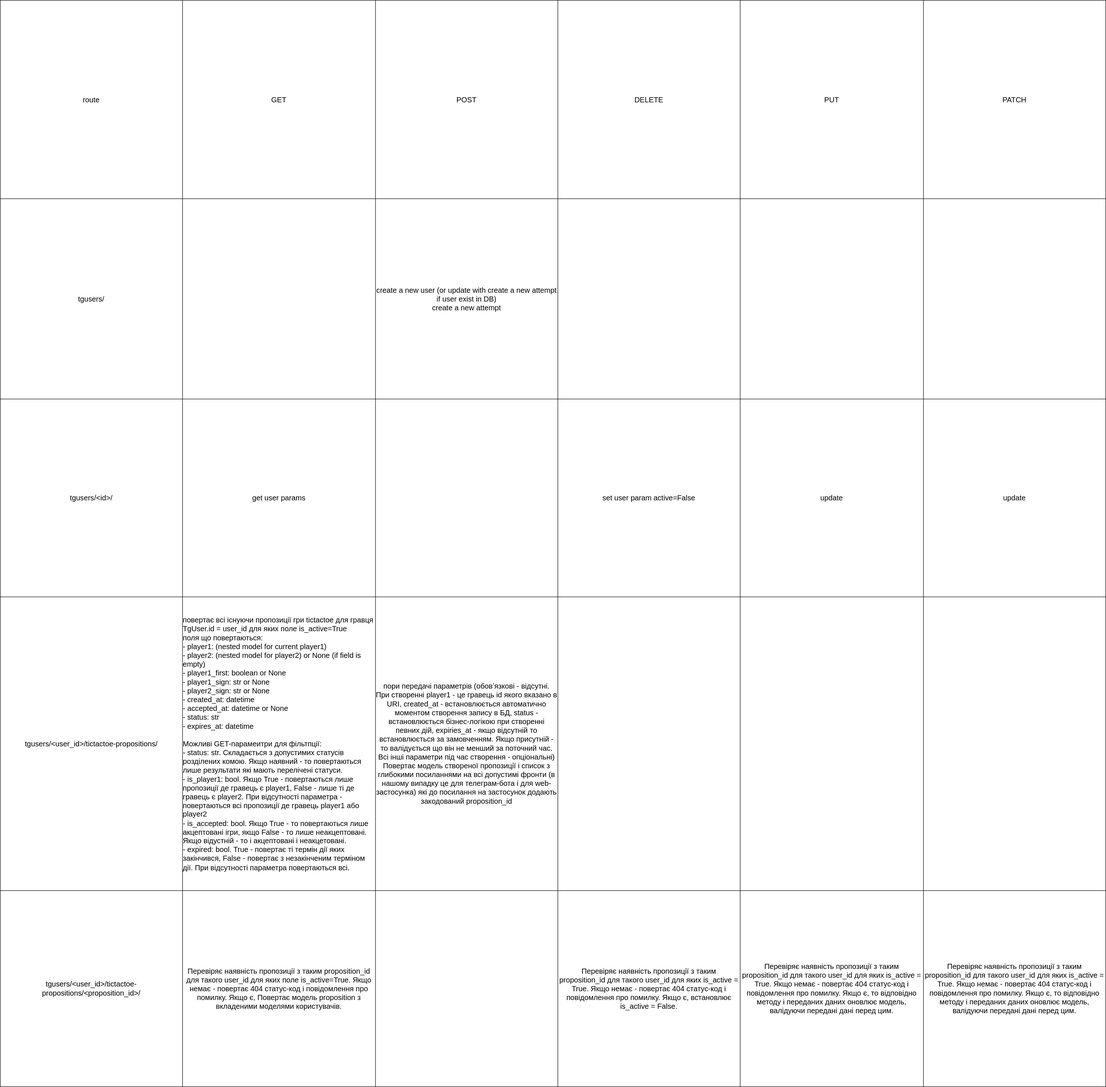
Above: docum/endpoints.svg in KonstZiv/tic_tac_toe_3x3_tlg_bot (draw.io), before the change. Source tidied: cells renumbered, new cells last; positions are measured from the earlier drawing's top-left corner, leaving out a move shared by most shapes.
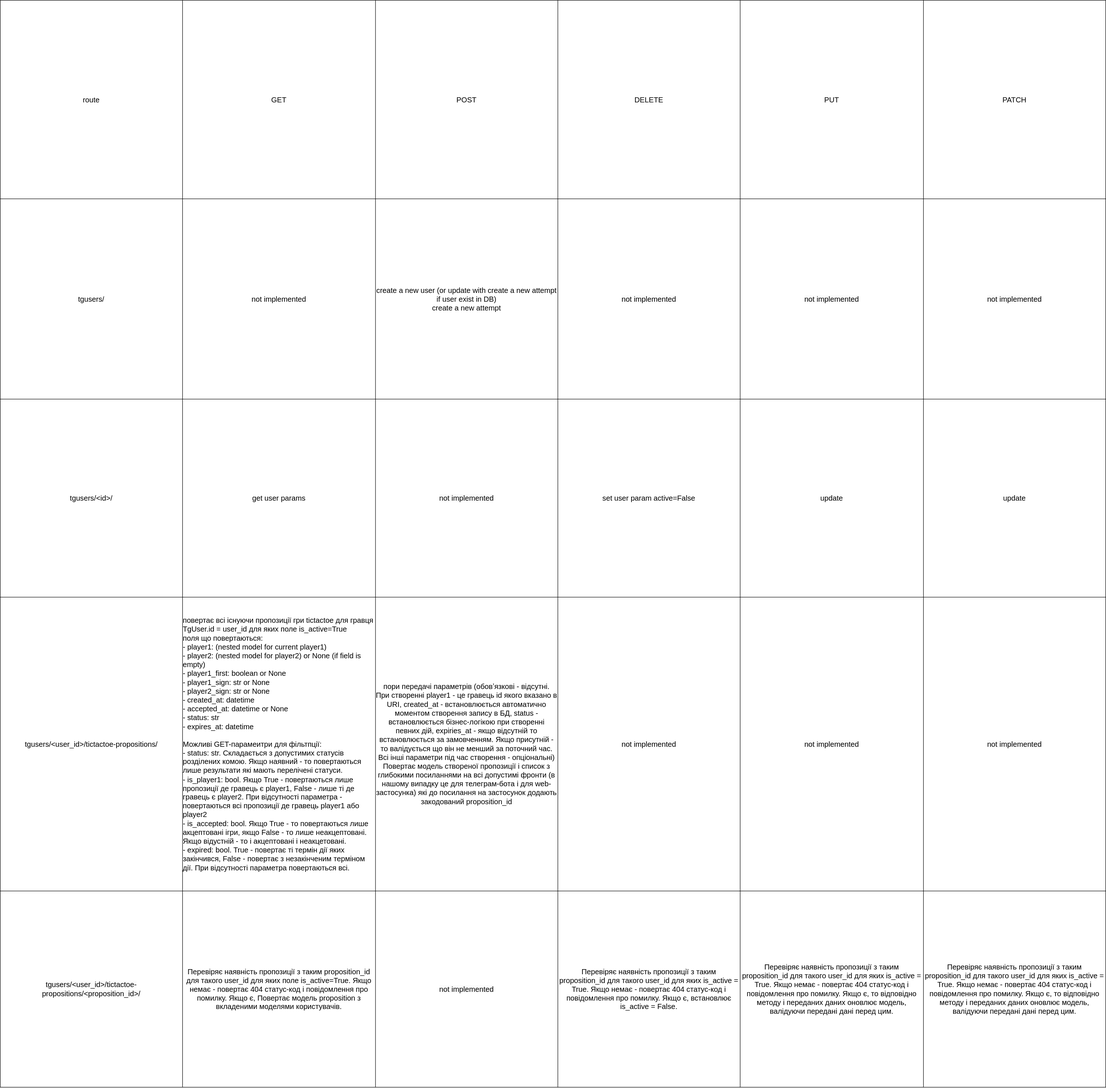
The same diagram one commit later.

Change to the diagram source:
```diff
@@ -32,19 +32,19 @@
     <mxCell id="11" value="tgusers/" style="shape=partialRectangle;html=1;whiteSpace=wrap;strokeColor=inherit;overflow=hidden;fillColor=none;top=0;left=0;bottom=0;right=0;fontSize=16;" parent="10" vertex="1">
       <mxGeometry width="396" height="435" as="geometry" />
     </mxCell>
-    <mxCell id="12" style="shape=partialRectangle;html=1;whiteSpace=wrap;strokeColor=inherit;overflow=hidden;fillColor=none;top=0;left=0;bottom=0;right=0;fontSize=16;" parent="10" vertex="1">
+    <mxCell id="12" value="not implemented" style="shape=partialRectangle;html=1;whiteSpace=wrap;strokeColor=inherit;overflow=hidden;fillColor=none;top=0;left=0;bottom=0;right=0;fontSize=16;" parent="10" vertex="1">
       <mxGeometry x="396" width="419" height="435" as="geometry" />
     </mxCell>
     <mxCell id="13" value="create a new user (or update with create a new attempt if user exist in DB)&lt;br&gt;create a new attempt" style="shape=partialRectangle;html=1;whiteSpace=wrap;strokeColor=inherit;overflow=hidden;fillColor=none;top=0;left=0;bottom=0;right=0;fontSize=16;" parent="10" vertex="1">
       <mxGeometry x="815" width="396" height="435" as="geometry" />
     </mxCell>
-    <mxCell id="14" style="shape=partialRectangle;html=1;whiteSpace=wrap;strokeColor=inherit;overflow=hidden;fillColor=none;top=0;left=0;bottom=0;right=0;fontSize=16;" parent="10" vertex="1">
+    <mxCell id="14" value="&lt;meta charset=&quot;utf-8&quot;&gt;&lt;span style=&quot;color: rgb(0, 0, 0); font-family: Helvetica; font-size: 16px; font-style: normal; font-variant-ligatures: normal; font-variant-caps: normal; font-weight: 400; letter-spacing: normal; orphans: 2; text-align: center; text-indent: 0px; text-transform: none; widows: 2; word-spacing: 0px; -webkit-text-stroke-width: 0px; background-color: rgb(251, 251, 251); text-decoration-thickness: initial; text-decoration-style: initial; text-decoration-color: initial; float: none; display: inline !important;&quot;&gt;not implemented&lt;/span&gt;" style="shape=partialRectangle;html=1;whiteSpace=wrap;strokeColor=inherit;overflow=hidden;fillColor=none;top=0;left=0;bottom=0;right=0;fontSize=16;" parent="10" vertex="1">
       <mxGeometry x="1211" width="396" height="435" as="geometry" />
     </mxCell>
-    <mxCell id="15" style="shape=partialRectangle;html=1;whiteSpace=wrap;strokeColor=inherit;overflow=hidden;fillColor=none;top=0;left=0;bottom=0;right=0;fontSize=16;" parent="10" vertex="1">
+    <mxCell id="15" value="&lt;meta charset=&quot;utf-8&quot;&gt;&lt;span style=&quot;color: rgb(0, 0, 0); font-family: Helvetica; font-size: 16px; font-style: normal; font-variant-ligatures: normal; font-variant-caps: normal; font-weight: 400; letter-spacing: normal; orphans: 2; text-align: center; text-indent: 0px; text-transform: none; widows: 2; word-spacing: 0px; -webkit-text-stroke-width: 0px; background-color: rgb(251, 251, 251); text-decoration-thickness: initial; text-decoration-style: initial; text-decoration-color: initial; float: none; display: inline !important;&quot;&gt;not implemented&lt;/span&gt;" style="shape=partialRectangle;html=1;whiteSpace=wrap;strokeColor=inherit;overflow=hidden;fillColor=none;top=0;left=0;bottom=0;right=0;fontSize=16;" parent="10" vertex="1">
       <mxGeometry x="1607" width="398" height="435" as="geometry" />
     </mxCell>
-    <mxCell id="16" style="shape=partialRectangle;html=1;whiteSpace=wrap;strokeColor=inherit;overflow=hidden;fillColor=none;top=0;left=0;bottom=0;right=0;fontSize=16;" parent="10" vertex="1">
+    <mxCell id="16" value="&lt;meta charset=&quot;utf-8&quot;&gt;&lt;span style=&quot;color: rgb(0, 0, 0); font-family: Helvetica; font-size: 16px; font-style: normal; font-variant-ligatures: normal; font-variant-caps: normal; font-weight: 400; letter-spacing: normal; orphans: 2; text-align: center; text-indent: 0px; text-transform: none; widows: 2; word-spacing: 0px; -webkit-text-stroke-width: 0px; background-color: rgb(251, 251, 251); text-decoration-thickness: initial; text-decoration-style: initial; text-decoration-color: initial; float: none; display: inline !important;&quot;&gt;not implemented&lt;/span&gt;" style="shape=partialRectangle;html=1;whiteSpace=wrap;strokeColor=inherit;overflow=hidden;fillColor=none;top=0;left=0;bottom=0;right=0;fontSize=16;" parent="10" vertex="1">
       <mxGeometry x="2005" width="396" height="435" as="geometry" />
     </mxCell>
     <mxCell id="17" style="shape=tableRow;horizontal=0;startSize=0;swimlaneHead=0;swimlaneBody=0;strokeColor=inherit;top=0;left=0;bottom=0;right=0;fillColor=none;fontSize=16;" parent="2" vertex="1">
@@ -56,7 +56,7 @@
     <mxCell id="19" value="get user params" style="shape=partialRectangle;html=1;whiteSpace=wrap;strokeColor=inherit;overflow=hidden;fillColor=none;top=0;left=0;bottom=0;right=0;fontSize=16;" parent="17" vertex="1">
       <mxGeometry x="396" width="419" height="430" as="geometry" />
     </mxCell>
-    <mxCell id="20" style="shape=partialRectangle;html=1;whiteSpace=wrap;strokeColor=inherit;overflow=hidden;fillColor=none;top=0;left=0;bottom=0;right=0;fontSize=16;" parent="17" vertex="1">
+    <mxCell id="20" value="&lt;meta charset=&quot;utf-8&quot;&gt;&lt;span style=&quot;color: rgb(0, 0, 0); font-family: Helvetica; font-size: 16px; font-style: normal; font-variant-ligatures: normal; font-variant-caps: normal; font-weight: 400; letter-spacing: normal; orphans: 2; text-align: center; text-indent: 0px; text-transform: none; widows: 2; word-spacing: 0px; -webkit-text-stroke-width: 0px; background-color: rgb(251, 251, 251); text-decoration-thickness: initial; text-decoration-style: initial; text-decoration-color: initial; float: none; display: inline !important;&quot;&gt;not implemented&lt;/span&gt;" style="shape=partialRectangle;html=1;whiteSpace=wrap;strokeColor=inherit;overflow=hidden;fillColor=none;top=0;left=0;bottom=0;right=0;fontSize=16;" parent="17" vertex="1">
       <mxGeometry x="815" width="396" height="430" as="geometry" />
     </mxCell>
     <mxCell id="21" value="set user param active=False" style="shape=partialRectangle;html=1;whiteSpace=wrap;strokeColor=inherit;overflow=hidden;fillColor=none;top=0;left=0;bottom=0;right=0;fontSize=16;" parent="17" vertex="1">
@@ -80,13 +80,13 @@
     <mxCell id="27" value="пори передачі параметрів (обовʼязкові - відсутні. При створенні player1 - це гравець id якого вказано в URI, created_at - встановлюється автоматично моментом створення запису в БД, status - встановлюється бізнес-логікою при створенні певних дій, expiries_at - якщо відсутній то встановлюється за замовченням. Якщо присутній - то валідується що він не менший за поточний час. Всі інші параметри під час створення - опціональні)&lt;br&gt;Повертає модель створеної пропозиції і список з глибокими посиланнями на всі допустимі фронти (в нашому випадку це для телеграм-бота і для web-застосунка) які до посилання на застосунок додають закодований proposition_id" style="shape=partialRectangle;html=1;whiteSpace=wrap;strokeColor=inherit;overflow=hidden;fillColor=none;top=0;left=0;bottom=0;right=0;fontSize=16;" parent="24" vertex="1">
       <mxGeometry x="815" width="396" height="638" as="geometry" />
     </mxCell>
-    <mxCell id="28" style="shape=partialRectangle;html=1;whiteSpace=wrap;strokeColor=inherit;overflow=hidden;fillColor=none;top=0;left=0;bottom=0;right=0;fontSize=16;" parent="24" vertex="1">
+    <mxCell id="28" value="&lt;meta charset=&quot;utf-8&quot;&gt;&lt;span style=&quot;color: rgb(0, 0, 0); font-family: Helvetica; font-size: 16px; font-style: normal; font-variant-ligatures: normal; font-variant-caps: normal; font-weight: 400; letter-spacing: normal; orphans: 2; text-align: center; text-indent: 0px; text-transform: none; widows: 2; word-spacing: 0px; -webkit-text-stroke-width: 0px; background-color: rgb(251, 251, 251); text-decoration-thickness: initial; text-decoration-style: initial; text-decoration-color: initial; float: none; display: inline !important;&quot;&gt;not implemented&lt;/span&gt;" style="shape=partialRectangle;html=1;whiteSpace=wrap;strokeColor=inherit;overflow=hidden;fillColor=none;top=0;left=0;bottom=0;right=0;fontSize=16;" parent="24" vertex="1">
       <mxGeometry x="1211" width="396" height="638" as="geometry" />
     </mxCell>
-    <mxCell id="29" style="shape=partialRectangle;html=1;whiteSpace=wrap;strokeColor=inherit;overflow=hidden;fillColor=none;top=0;left=0;bottom=0;right=0;fontSize=16;" parent="24" vertex="1">
+    <mxCell id="29" value="&lt;meta charset=&quot;utf-8&quot;&gt;&lt;span style=&quot;color: rgb(0, 0, 0); font-family: Helvetica; font-size: 16px; font-style: normal; font-variant-ligatures: normal; font-variant-caps: normal; font-weight: 400; letter-spacing: normal; orphans: 2; text-align: center; text-indent: 0px; text-transform: none; widows: 2; word-spacing: 0px; -webkit-text-stroke-width: 0px; background-color: rgb(251, 251, 251); text-decoration-thickness: initial; text-decoration-style: initial; text-decoration-color: initial; float: none; display: inline !important;&quot;&gt;not implemented&lt;/span&gt;" style="shape=partialRectangle;html=1;whiteSpace=wrap;strokeColor=inherit;overflow=hidden;fillColor=none;top=0;left=0;bottom=0;right=0;fontSize=16;" parent="24" vertex="1">
       <mxGeometry x="1607" width="398" height="638" as="geometry" />
     </mxCell>
-    <mxCell id="30" style="shape=partialRectangle;html=1;whiteSpace=wrap;strokeColor=inherit;overflow=hidden;fillColor=none;top=0;left=0;bottom=0;right=0;fontSize=16;" parent="24" vertex="1">
+    <mxCell id="30" value="&lt;meta charset=&quot;utf-8&quot;&gt;&lt;span style=&quot;color: rgb(0, 0, 0); font-family: Helvetica; font-size: 16px; font-style: normal; font-variant-ligatures: normal; font-variant-caps: normal; font-weight: 400; letter-spacing: normal; orphans: 2; text-align: center; text-indent: 0px; text-transform: none; widows: 2; word-spacing: 0px; -webkit-text-stroke-width: 0px; background-color: rgb(251, 251, 251); text-decoration-thickness: initial; text-decoration-style: initial; text-decoration-color: initial; float: none; display: inline !important;&quot;&gt;not implemented&lt;/span&gt;" style="shape=partialRectangle;html=1;whiteSpace=wrap;strokeColor=inherit;overflow=hidden;fillColor=none;top=0;left=0;bottom=0;right=0;fontSize=16;" parent="24" vertex="1">
       <mxGeometry x="2005" width="396" height="638" as="geometry" />
     </mxCell>
     <mxCell id="31" style="shape=tableRow;horizontal=0;startSize=0;swimlaneHead=0;swimlaneBody=0;strokeColor=inherit;top=0;left=0;bottom=0;right=0;fillColor=none;fontSize=16;" parent="2" vertex="1">
@@ -98,7 +98,7 @@
     <mxCell id="33" value="Перевіряє наявність пропозиції з таким proposition_id для такого user_id для яких поле is_active=True. Якщо немає - повертає 404 статус-код і повідомлення про помилку. Якщо є, Повертає модель proposition з вкладеними моделями користувачів." style="shape=partialRectangle;html=1;whiteSpace=wrap;strokeColor=inherit;overflow=hidden;fillColor=none;top=0;left=0;bottom=0;right=0;fontSize=16;" parent="31" vertex="1">
       <mxGeometry x="396" width="419" height="426" as="geometry" />
     </mxCell>
-    <mxCell id="34" style="shape=partialRectangle;html=1;whiteSpace=wrap;strokeColor=inherit;overflow=hidden;fillColor=none;top=0;left=0;bottom=0;right=0;fontSize=16;" parent="31" vertex="1">
+    <mxCell id="34" value="&lt;meta charset=&quot;utf-8&quot;&gt;&lt;span style=&quot;color: rgb(0, 0, 0); font-family: Helvetica; font-size: 16px; font-style: normal; font-variant-ligatures: normal; font-variant-caps: normal; font-weight: 400; letter-spacing: normal; orphans: 2; text-align: center; text-indent: 0px; text-transform: none; widows: 2; word-spacing: 0px; -webkit-text-stroke-width: 0px; background-color: rgb(251, 251, 251); text-decoration-thickness: initial; text-decoration-style: initial; text-decoration-color: initial; float: none; display: inline !important;&quot;&gt;not implemented&lt;/span&gt;" style="shape=partialRectangle;html=1;whiteSpace=wrap;strokeColor=inherit;overflow=hidden;fillColor=none;top=0;left=0;bottom=0;right=0;fontSize=16;" parent="31" vertex="1">
       <mxGeometry x="815" width="396" height="426" as="geometry" />
     </mxCell>
     <mxCell id="35" value="Перевіряє наявність пропозиції з таким proposition_id для такого user_id для яких is_active = True. Якщо немає - повертає 404 статус-код і повідомлення про помилку. Якщо є, встановлює is_active = False." style="shape=partialRectangle;html=1;whiteSpace=wrap;strokeColor=inherit;overflow=hidden;fillColor=none;top=0;left=0;bottom=0;right=0;fontSize=16;" parent="31" vertex="1">
```
